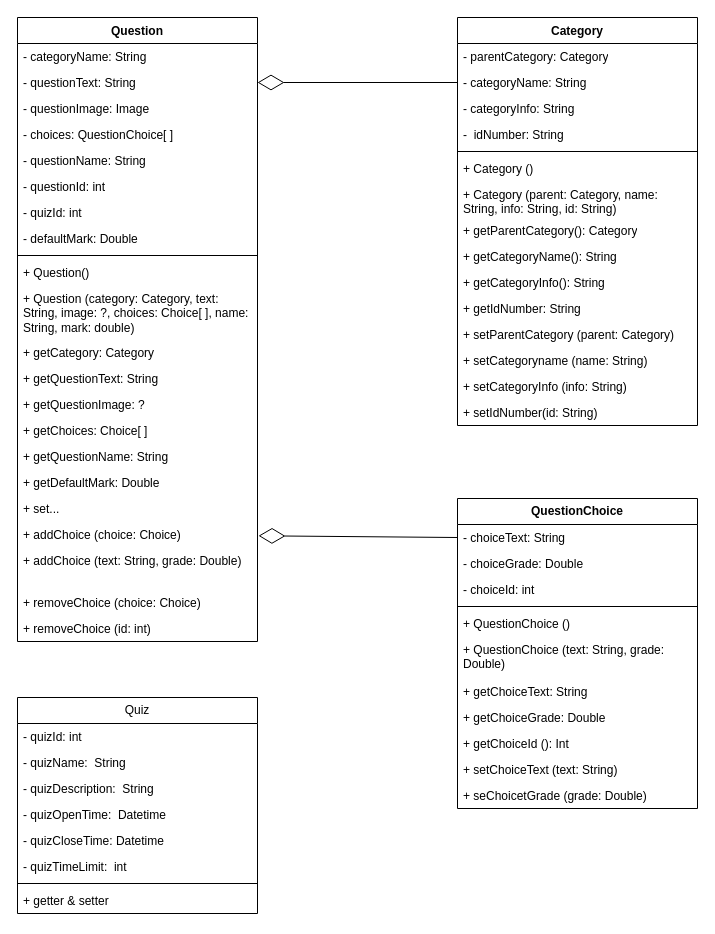
The draw.io diagram OOP_Diagram.drawio in ductaingn/OOP_Project, before the edit. Source tidied: cells renumbered, new cells numbered last; positions are measured from the earlier drawing's top-left corner, leaving out a move shared by most shapes. Both pictures are drawn from the tidied source at 100%, with x=0, y=0 at pixel (17, 17).
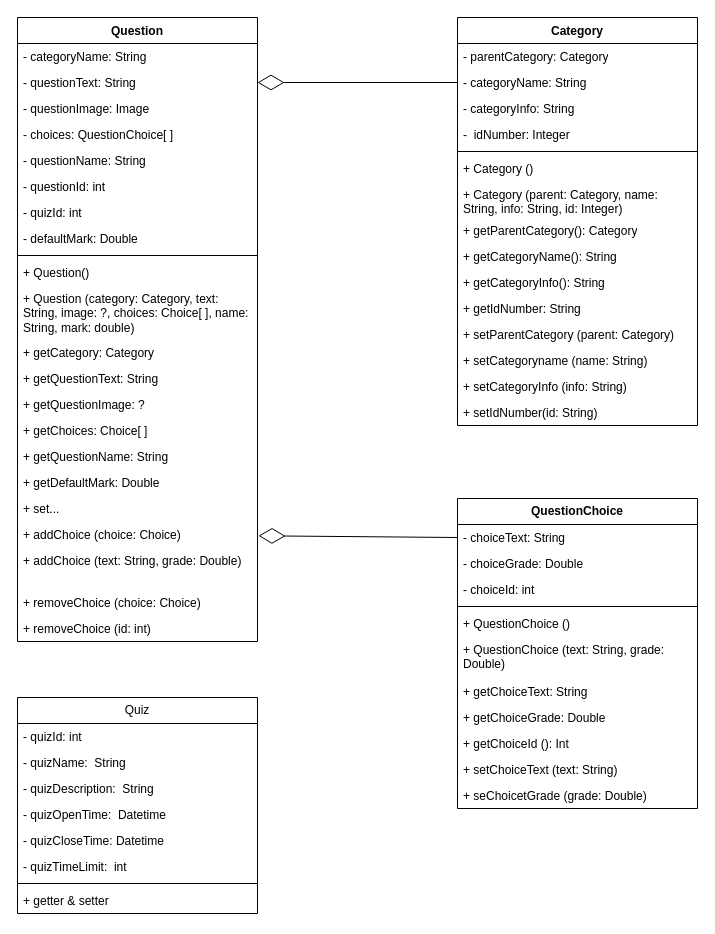
Above is the later version.

The change refers to these unchanged cells:
```xml
<mxCell id="37" value="Category" style="swimlane;fontStyle=1;align=center;verticalAlign=top;horizontal=1;startSize=26;whiteSpace=wrap;html=1;" parent="1" vertex="1">
  <mxGeometry x="440" width="240" height="408" as="geometry" />
</mxCell>
```

Change to the diagram source:
```diff
@@
-    <mxCell id="41" value="-&amp;nbsp; idNumber: String" style="text;strokeColor=none;fillColor=none;align=left;verticalAlign=top;spacingLeft=4;spacingRight=4;overflow=hidden;whiteSpace=wrap;html=1;" parent="37" vertex="1">
+    <mxCell id="41" value="-&amp;nbsp; idNumber: Integer" style="text;strokeColor=none;fillColor=none;align=left;verticalAlign=top;spacingLeft=4;spacingRight=4;overflow=hidden;whiteSpace=wrap;html=1;" parent="37" vertex="1">
       <mxGeometry y="104" width="240" height="26" as="geometry" />
     </mxCell>
@@
-    <mxCell id="44" value="+ Category (parent: Category, name: String, info: String, id: String)" style="text;strokeColor=none;fillColor=none;align=left;verticalAlign=top;spacingLeft=4;spacingRight=4;overflow=hidden;whiteSpace=wrap;html=1;" parent="37" vertex="1">
+    <mxCell id="44" value="+ Category (parent: Category, name: String, info: String, id: Integer)" style="text;strokeColor=none;fillColor=none;align=left;verticalAlign=top;spacingLeft=4;spacingRight=4;overflow=hidden;whiteSpace=wrap;html=1;" parent="37" vertex="1">
       <mxGeometry y="164" width="240" height="36" as="geometry" />
     </mxCell>
```
